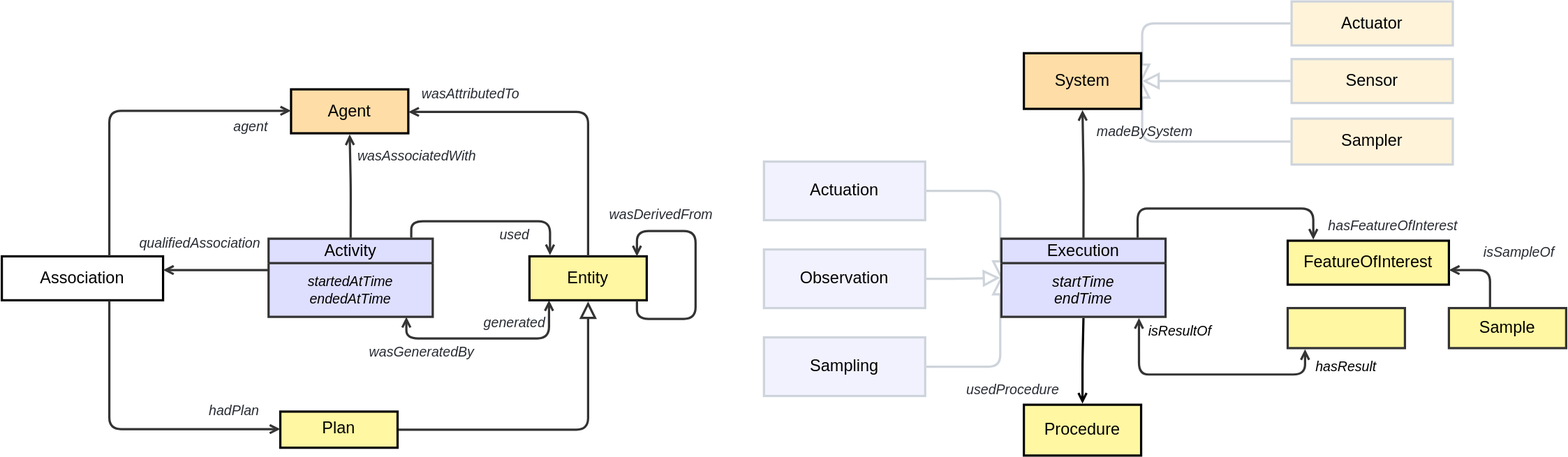
Earlier version of the draw.io export ssn/images/Prov-alignment.svg (ldesousa/sdw-sosa-ssn). Source tidied: cells renumbered, new cells last; positions are measured from the earlier drawing's top-left corner, leaving out a move shared by most shapes.
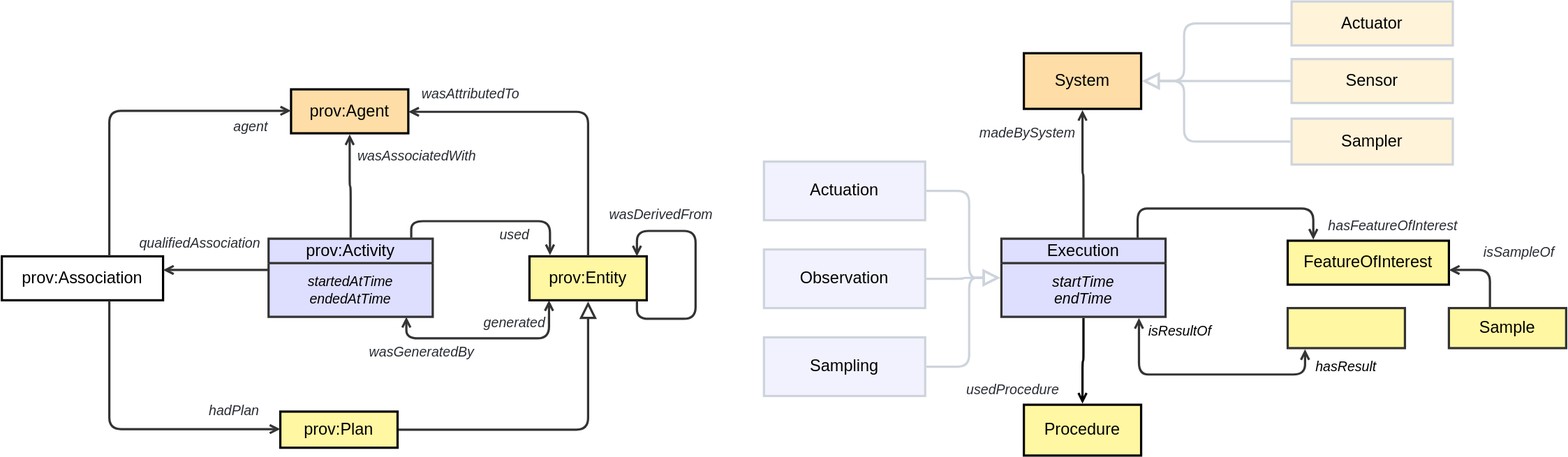
The same diagram one commit later.

Commit message:
Alignment diagrams SVG

The edit, as a diff of the source:
```diff
@@ -2,10 +2,10 @@
   <root>
     <mxCell id="0" />
     <mxCell id="1" parent="0" />
-    <mxCell id="2" value="Entity" style="html=1;overflow=block;blockSpacing=1;whiteSpace=wrap;fontSize=16.8;align=center;spacing=0;strokeOpacity=100;fillOpacity=100;fillColor=#fff7a1;strokeWidth=2.3;" parent="1" vertex="1">
+    <mxCell id="2" value="prov:Entity" style="html=1;overflow=block;blockSpacing=1;whiteSpace=wrap;fontSize=16.8;align=center;spacing=0;strokeOpacity=100;fillOpacity=100;fillColor=#fff7a1;strokeWidth=2.3;" parent="1" vertex="1">
       <mxGeometry x="540" y="261" width="120" height="45" as="geometry" />
     </mxCell>
-    <mxCell id="3" value="Plan" style="html=1;overflow=block;blockSpacing=1;whiteSpace=wrap;fontSize=16.8;align=center;spacing=0;strokeOpacity=100;fillOpacity=100;fillColor=#fff7a1;strokeWidth=2.3;" parent="1" vertex="1">
+    <mxCell id="3" value="prov:Plan" style="html=1;overflow=block;blockSpacing=1;whiteSpace=wrap;fontSize=16.8;align=center;spacing=0;strokeOpacity=100;fillOpacity=100;fillColor=#fff7a1;strokeWidth=2.3;" parent="1" vertex="1">
       <mxGeometry x="285" y="420" width="120" height="37" as="geometry" />
     </mxCell>
     <mxCell id="4" style="html=1;jettySize=18;whiteSpace=wrap;fontSize=13;strokeColor=#333333;strokeOpacity=100;strokeWidth=2.3;rounded=1;arcSize=24;edgeStyle=orthogonalEdgeStyle;startArrow=none;endArrow=open;exitX=0.869;exitY=-0.014;exitPerimeter=0;entryX=0.175;entryY=-0.025;entryPerimeter=0;lucidId=~07gIvk_i6wY;" parent="1" edge="1" source="6" target="2">
@@ -19,13 +19,13 @@
     <mxCell id="5" value="used" style="html=1;overflow=block;blockSpacing=1;whiteSpace=wrap;fontSize=14;fontColor=#282c33;fontStyle=2;align=center;spacing=0;strokeColor=none;strokeOpacity=100;fillOpacity=100;fillColor=none;strokeWidth=2.3;lucidId=o17gQQJ62XIS;" parent="1" vertex="1">
       <mxGeometry x="500" y="224" width="50" height="30" as="geometry" />
     </mxCell>
-    <mxCell id="6" value="Activity" style="html=1;overflow=block;blockSpacing=1;swimlane;horizontal=1;fontStyle=0;swimlaneFillColor=#dedeff;startSize=25;whiteSpace=wrap;fontSize=16.8;align=center;spacing=0;strokeColor=#333333;fillOpacity=100;fillColor=#dedeff;strokeWidth=2.3;" parent="1" vertex="1">
+    <mxCell id="6" value="prov:Activity" style="html=1;overflow=block;blockSpacing=1;swimlane;horizontal=1;fontStyle=0;swimlaneFillColor=#dedeff;startSize=25;whiteSpace=wrap;fontSize=16.8;align=center;spacing=0;strokeColor=#333333;fillOpacity=100;fillColor=#dedeff;strokeWidth=2.3;" parent="1" vertex="1">
       <mxGeometry x="273" y="243" width="168" height="80" as="geometry" />
     </mxCell>
     <mxCell id="7" value="&lt;div style=&quot;display: flex; justify-content: center; text-align: center; align-items: baseline; line-height: 1.25; margin-top: -2px;&quot;&gt;&lt;span style=&quot;font-style: italic;&quot;&gt;&lt;font style=&quot;font-size: 14px;&quot;&gt;startedAtTime&lt;br&gt;&lt;/font&gt;&lt;/span&gt;&lt;/div&gt;&lt;div style=&quot;display: flex; justify-content: center; text-align: center; align-items: baseline; line-height: 1.25; margin-top: -2px;&quot;&gt;&lt;span style=&quot;font-style: italic;&quot;&gt;&lt;font style=&quot;font-size: 14px;&quot;&gt;endedAtTime&lt;/font&gt;&lt;/span&gt;&lt;/div&gt;" style="html=1;strokeColor=none;fillColor=none;verticalAlign=middle;spacingLeft=4;spacingRight=4;overflow=hidden;points=[[0,0.5],[1,0.5]];portConstraint=eastwest;swimlaneFillColor=#dedeff;fillOpacity=100;whiteSpace=wrap;fontSize=15.2;fontStyle=2;align=center;" parent="6" vertex="1">
       <mxGeometry y="25" width="168" height="55" as="geometry" />
     </mxCell>
-    <mxCell id="8" value="Agent" style="html=1;overflow=block;blockSpacing=1;whiteSpace=wrap;fontSize=16.8;align=center;spacing=0;strokeOpacity=100;fillOpacity=100;fillColor=#ffdda6;strokeWidth=2.3;" parent="1" vertex="1">
+    <mxCell id="8" value="prov:Agent" style="html=1;overflow=block;blockSpacing=1;whiteSpace=wrap;fontSize=16.8;align=center;spacing=0;strokeOpacity=100;fillOpacity=100;fillColor=#ffdda6;strokeWidth=2.3;" parent="1" vertex="1">
       <mxGeometry x="296" y="90" width="120" height="45" as="geometry" />
     </mxCell>
     <mxCell id="9" style="html=1;jettySize=18;whiteSpace=wrap;fontSize=13;strokeColor=#333333;strokeOpacity=100;strokeWidth=2.3;rounded=1;arcSize=24;edgeStyle=orthogonalEdgeStyle;startArrow=none;endArrow=open;exitX=0.5;exitY=-0.014;exitPerimeter=0;entryX=0.5;entryY=1.025;entryPerimeter=0;lucidId=w2Dk.3QN3fG4;" parent="1" edge="1" source="6" target="8">
@@ -34,7 +34,7 @@
     <mxCell id="10" value="wasAssociatedWith" style="html=1;overflow=block;blockSpacing=1;whiteSpace=wrap;fontSize=14;fontColor=#282c33;fontStyle=2;align=center;spacing=0;strokeColor=none;strokeOpacity=100;fillOpacity=100;fillColor=none;strokeWidth=2.3;lucidId=z2DkuCelKdX8;" parent="1" vertex="1">
       <mxGeometry x="355" y="143" width="140" height="30" as="geometry" />
     </mxCell>
-    <mxCell id="11" value="Association" style="html=1;overflow=block;blockSpacing=1;whiteSpace=wrap;fontSize=16.8;align=center;spacing=0;strokeOpacity=100;fillColor=none;strokeWidth=2.3;" parent="1" vertex="1">
+    <mxCell id="11" value="prov:Association" style="html=1;overflow=block;blockSpacing=1;whiteSpace=wrap;fontSize=16.8;align=center;spacing=0;strokeOpacity=100;fillColor=none;strokeWidth=2.3;" parent="1" vertex="1">
       <mxGeometry y="261" width="165" height="45" as="geometry" />
     </mxCell>
     <mxCell id="12" style="html=1;jettySize=18;whiteSpace=wrap;fontSize=13;strokeColor=#333333;strokeOpacity=100;strokeWidth=2.3;rounded=1;arcSize=24;edgeStyle=orthogonalEdgeStyle;startArrow=none;endArrow=open;lucidId=Q7DkIDOAwjFU;" parent="1" edge="1" source="6" target="11">
@@ -109,13 +109,23 @@
       <mxGeometry x="610" y="203" width="130" height="30" as="geometry" />
     </mxCell>
     <mxCell id="26" style="html=1;jettySize=18;whiteSpace=wrap;fontSize=13;strokeColor=#ced4db;strokeOpacity=100;strokeWidth=2.3;rounded=1;arcSize=24;edgeStyle=orthogonalEdgeStyle;startArrow=none;endArrow=block;endFill=0;endSize=12;exitX=1.007;exitY=0.5;exitPerimeter=0;entryX=-0.007;entryY=0.5;entryPerimeter=0;lucidId=6rFklXnGVJDQ;" parent="1" edge="1" source="29" target="38">
-      <mxGeometry relative="1" as="geometry" />
+      <mxGeometry relative="1" as="geometry">
+        <Array as="points">
+          <mxPoint x="990" y="194" />
+          <mxPoint x="990" y="283" />
+        </Array>
+      </mxGeometry>
     </mxCell>
     <mxCell id="27" style="html=1;jettySize=18;whiteSpace=wrap;fontSize=13;strokeColor=#ced4db;strokeOpacity=100;strokeWidth=2.3;rounded=1;arcSize=24;edgeStyle=orthogonalEdgeStyle;startArrow=none;endArrow=block;endFill=0;endSize=12;exitX=1.007;exitY=0.5;exitPerimeter=0;entryX=-0.007;entryY=0.5;entryPerimeter=0;lucidId=6rFkpzxway-M;" parent="1" edge="1" source="30" target="38">
       <mxGeometry relative="1" as="geometry" />
     </mxCell>
     <mxCell id="28" style="html=1;jettySize=18;whiteSpace=wrap;fontSize=13;strokeColor=#ced4db;strokeOpacity=100;strokeWidth=2.3;rounded=1;arcSize=24;edgeStyle=orthogonalEdgeStyle;startArrow=none;endArrow=block;endFill=0;endSize=12;exitX=1.007;exitY=0.5;exitPerimeter=0;entryX=-0.007;entryY=0.5;entryPerimeter=0;lucidId=6rFksuXz-UHP;" parent="1" edge="1" source="31" target="38">
-      <mxGeometry relative="1" as="geometry" />
+      <mxGeometry relative="1" as="geometry">
+        <Array as="points">
+          <mxPoint x="990" y="374" />
+          <mxPoint x="990" y="283" />
+        </Array>
+      </mxGeometry>
     </mxCell>
     <mxCell id="29" value="Actuation" style="html=1;overflow=block;blockSpacing=1;whiteSpace=wrap;fontSize=16.8;align=center;spacing=0;strokeColor=#ced4db;strokeOpacity=100;fillOpacity=100;fillColor=#f2f2ff;strokeWidth=2.3;" parent="1" vertex="1">
       <mxGeometry x="780" y="164" width="165" height="60" as="geometry" />
@@ -156,13 +166,23 @@
       <mxGeometry y="25" width="168" height="55" as="geometry" />
     </mxCell>
     <mxCell id="40" style="html=1;jettySize=18;whiteSpace=wrap;fontSize=13;strokeColor=#ced4db;strokeOpacity=100;strokeWidth=2.3;rounded=1;arcSize=24;edgeStyle=orthogonalEdgeStyle;startArrow=none;endArrow=block;endFill=0;endSize=12;exitX=-0.007;exitY=0.5;exitPerimeter=0;entryX=1.009;entryY=0.5;entryPerimeter=0;lucidId=6rFkMDs57RO2;" parent="1" edge="1" source="44" target="43">
-      <mxGeometry relative="1" as="geometry" />
+      <mxGeometry relative="1" as="geometry">
+        <Array as="points">
+          <mxPoint x="1210" y="23" />
+          <mxPoint x="1210" y="82" />
+        </Array>
+      </mxGeometry>
     </mxCell>
     <mxCell id="41" style="html=1;jettySize=18;whiteSpace=wrap;fontSize=13;strokeColor=#ced4db;strokeOpacity=100;strokeWidth=2.3;rounded=1;arcSize=24;edgeStyle=orthogonalEdgeStyle;startArrow=none;endArrow=block;endFill=0;endSize=12;exitX=-0.007;exitY=0.5;exitPerimeter=0;entryX=1.009;entryY=0.5;entryPerimeter=0;lucidId=6rFkdTp_UDE2;" parent="1" edge="1" source="45" target="43">
       <mxGeometry relative="1" as="geometry" />
     </mxCell>
     <mxCell id="42" style="html=1;jettySize=18;whiteSpace=wrap;fontSize=13;strokeColor=#ced4db;strokeOpacity=100;strokeWidth=2.3;rounded=1;arcSize=24;edgeStyle=orthogonalEdgeStyle;startArrow=none;endArrow=block;endFill=0;endSize=12;exitX=-0.007;exitY=0.5;exitPerimeter=0;entryX=1.009;entryY=0.5;entryPerimeter=0;lucidId=6rFkMzGNQlWg;" parent="1" edge="1" source="46" target="43">
-      <mxGeometry relative="1" as="geometry" />
+      <mxGeometry relative="1" as="geometry">
+        <Array as="points">
+          <mxPoint x="1210" y="144" />
+          <mxPoint x="1210" y="82" />
+        </Array>
+      </mxGeometry>
     </mxCell>
     <mxCell id="43" value="System" style="html=1;overflow=block;blockSpacing=1;whiteSpace=wrap;fontSize=16.8;align=center;spacing=0;strokeOpacity=100;fillOpacity=100;fillColor=#ffdda6;strokeWidth=2.3;" parent="1" vertex="1">
       <mxGeometry x="1046" y="53" width="120" height="57" as="geometry" />
@@ -180,7 +200,7 @@
       <mxGeometry relative="1" as="geometry" />
     </mxCell>
     <mxCell id="48" value="madeBySystem" style="html=1;overflow=block;blockSpacing=1;whiteSpace=wrap;fontSize=14;fontColor=#282c33;fontStyle=2;align=center;spacing=0;strokeColor=none;strokeOpacity=100;fillOpacity=100;fillColor=none;strokeWidth=2.3;lucidId=6rFkgf.wI6gT;" parent="1" vertex="1">
-      <mxGeometry x="1110" y="118" width="120" height="30" as="geometry" />
+      <mxGeometry x="990" y="120" width="120" height="30" as="geometry" />
     </mxCell>
     <mxCell id="49" style="html=1;overflow=block;blockSpacing=1;whiteSpace=wrap;fontSize=16.8;fontStyle=2;align=center;spacing=0;strokeColor=#333333;fillOpacity=100;fillColor=#fff7a1;strokeWidth=2.3;" parent="1" vertex="1">
       <mxGeometry x="1316" y="314" width="120" height="41" as="geometry" />
```
